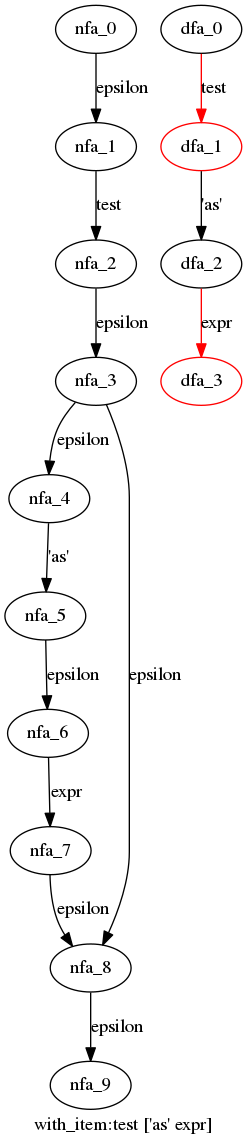
This is cpython/grammar/handwrite/nfa_dfas/46.with_item.dot.png from WinChua/blog, a Graphviz export, as it was before one commit. Its source is kept beside it as cpython/grammar/handwrite/nfa_dfas/46.with_item.dot. Source of this version:
```dot
digraph with_item {
 graph[label="with_item:test ['as' expr]"]
 subgraph with_item_nfa {
  nfa_0->nfa_1[label="epsilon"]
  nfa_1->nfa_2[label="test"]
  nfa_2->nfa_3[label="epsilon"]
  nfa_3->nfa_4[label="epsilon"]
  nfa_4->nfa_5[label="'as'"]
  nfa_5->nfa_6[label="epsilon"]
  nfa_6->nfa_7[label="expr"]
  nfa_7->nfa_8[label="epsilon"]
  nfa_8->nfa_9[label="epsilon"]
  nfa_3->nfa_8[label="epsilon"]
  }
 subgraph with_item_dfa {
  dfa_0->dfa_1[label="test",color=red]
  dfa_1->dfa_2[label="'as'"]
  dfa_2->dfa_3[label="expr",color=red]
  dfa_1[color=red]
  dfa_3[color=red]
  }
}
```
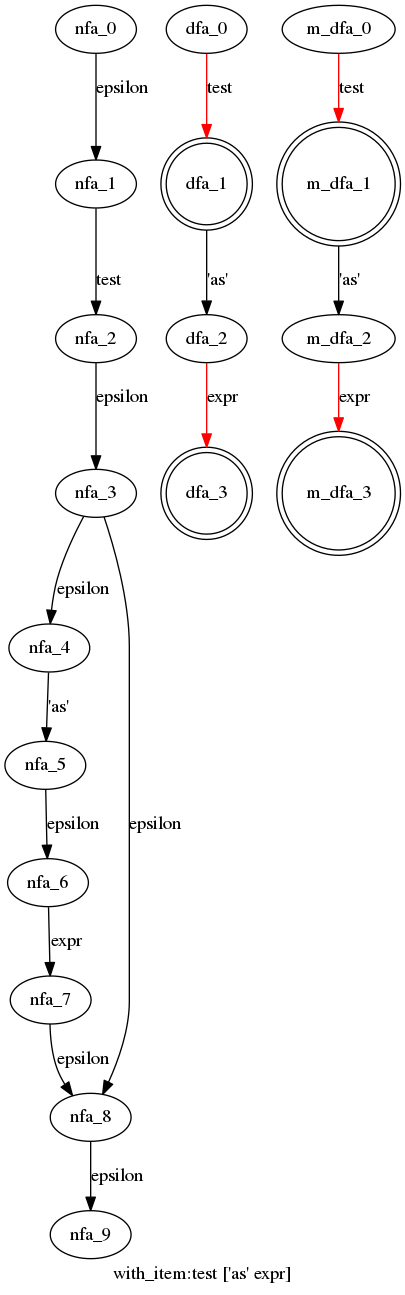
The same diagram one commit later.

What changed in the source:
```diff
@@ -16,7 +16,14 @@
   dfa_0->dfa_1[label="test",color=red]
   dfa_1->dfa_2[label="'as'"]
   dfa_2->dfa_3[label="expr",color=red]
-  dfa_1[color=red]
-  dfa_3[color=red]
+  dfa_1[shape=doublecircle]
+  dfa_3[shape=doublecircle]
+  }
+ subgraph with_item_m_dfa {
+  m_dfa_0->m_dfa_1[label="test",color=red]
+  m_dfa_1->m_dfa_2[label="'as'"]
+  m_dfa_2->m_dfa_3[label="expr",color=red]
+  m_dfa_1[shape=doublecircle]
+  m_dfa_3[shape=doublecircle]
   }
 }
```
